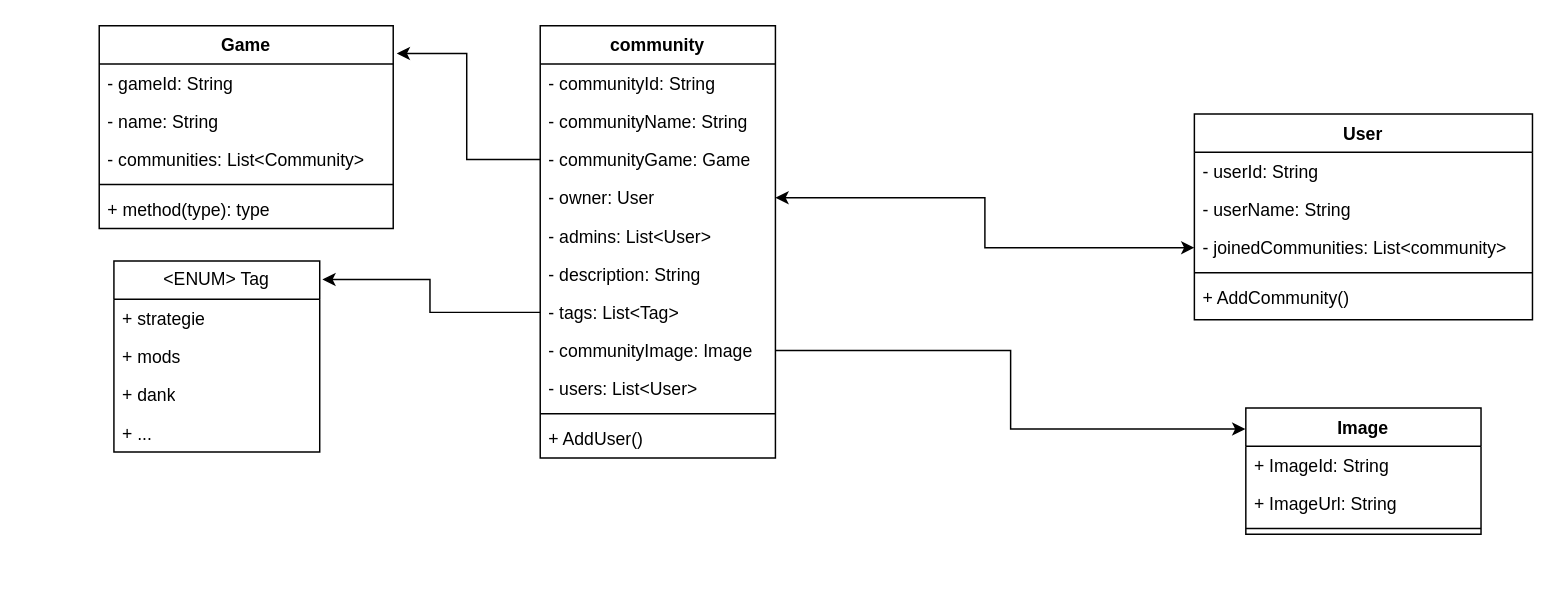
Earlier version of the draw.io diagram docs/usecases/fully-dressed/eigen-community-aanmaken/klasse_diagram.drawio (VincentCouckePXL/SecondGearGamePulse). Source tidied: cells renumbered, new cells numbered last; positions are measured from the earlier drawing's top-left corner, leaving out a move shared by most shapes. Both pictures are drawn from the tidied source at 147%, with x=0, y=0 at pixel (98, 25).
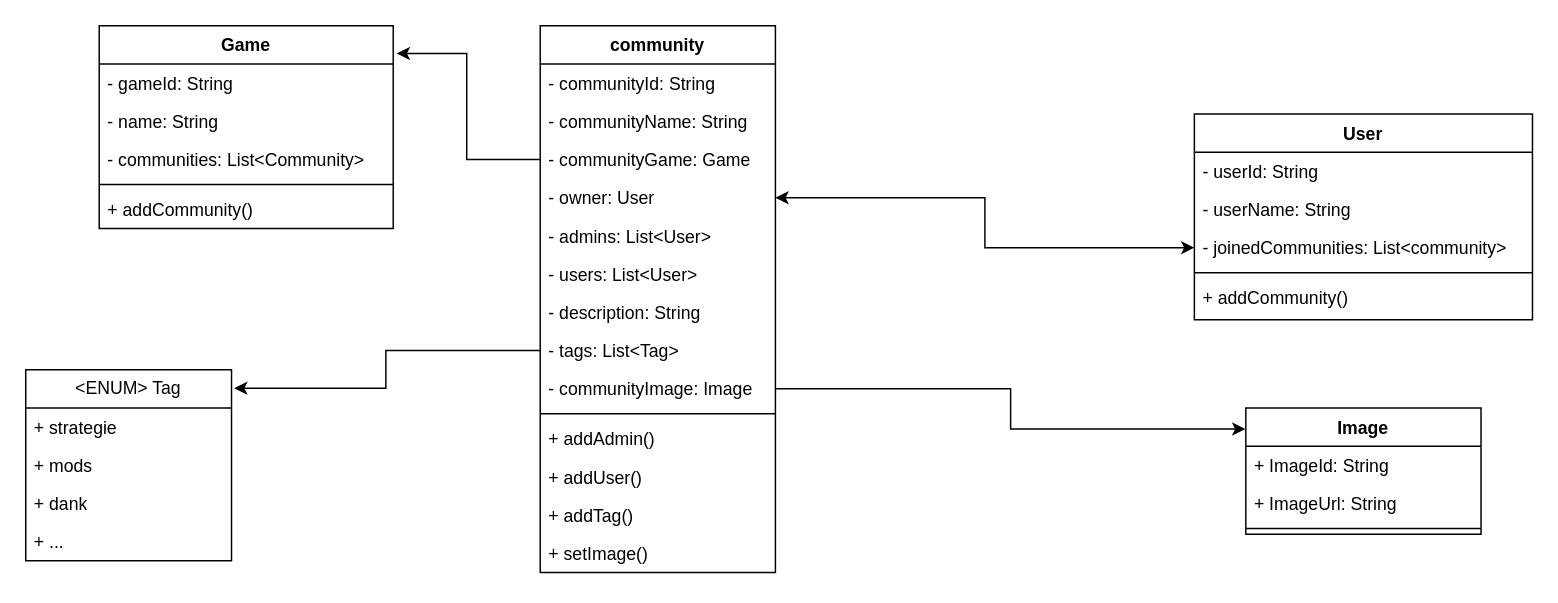
After the change.

Commit message:
systeem sequentie diagram

Unchanged cells that the change refers to:
```xml
<mxCell id="14" value="User" style="swimlane;fontStyle=1;align=center;verticalAlign=top;horizontal=1;startSize=26;whiteSpace=wrap;html=1;" parent="1" vertex="1">
  <mxGeometry x="745" y="60" width="230" height="140" as="geometry" />
</mxCell>
<mxCell id="26" value="Game" style="swimlane;fontStyle=1;align=center;verticalAlign=top;horizontal=1;startSize=26;whiteSpace=wrap;html=1;" parent="1" vertex="1">
  <mxGeometry width="200" height="138" as="geometry" />
</mxCell>
```

Change to the diagram source:
```diff
@@
     <mxCell id="2" value="community" style="swimlane;fontStyle=1;align=center;verticalAlign=top;horizontal=1;startSize=26;whiteSpace=wrap;html=1;" parent="1" vertex="1">
-      <mxGeometry x="300" width="160" height="294" as="geometry" />
+      <mxGeometry x="300" width="160" height="372" as="geometry" />
     </mxCell>
@@
+    <mxCell id="11" value="- users: List&amp;lt;User&amp;gt;" style="text;strokeColor=none;fillColor=none;align=left;verticalAlign=top;spacingLeft=4;spacingRight=4;overflow=hidden;whiteSpace=wrap;html=1;" parent="2" vertex="1">
+      <mxGeometry y="156" width="160" height="26" as="geometry" />
+    </mxCell>
     <mxCell id="8" value="- description: String" style="text;strokeColor=none;fillColor=none;align=left;verticalAlign=top;spacingLeft=4;spacingRight=4;overflow=hidden;whiteSpace=wrap;html=1;" parent="2" vertex="1">
-      <mxGeometry y="156" width="160" height="26" as="geometry" />
+      <mxGeometry y="182" width="160" height="26" as="geometry" />
     </mxCell>
     <mxCell id="9" value="- tags: List&amp;lt;Tag&amp;gt;" style="text;strokeColor=none;fillColor=none;align=left;verticalAlign=top;spacingLeft=4;spacingRight=4;overflow=hidden;points=[[0,0.5],[1,0.5]];portConstraint=eastwest;whiteSpace=wrap;html=1;" parent="2" vertex="1">
-      <mxGeometry y="182" width="160" height="26" as="geometry" />
+      <mxGeometry y="208" width="160" height="26" as="geometry" />
     </mxCell>
     <mxCell id="10" value="- communityImage: Image" style="text;strokeColor=none;fillColor=none;align=left;verticalAlign=top;spacingLeft=4;spacingRight=4;overflow=hidden;points=[[0,0.5],[1,0.5]];portConstraint=eastwest;whiteSpace=wrap;html=1;" parent="2" vertex="1">
-      <mxGeometry y="208" width="160" height="26" as="geometry" />
+      <mxGeometry y="234" width="160" height="26" as="geometry" />
     </mxCell>
-    <mxCell id="11" value="- users: List&amp;lt;User&amp;gt;" style="text;strokeColor=none;fillColor=none;align=left;verticalAlign=top;spacingLeft=4;spacingRight=4;overflow=hidden;whiteSpace=wrap;html=1;" parent="2" vertex="1">
-      <mxGeometry y="234" width="160" height="26" as="geometry" />
-    </mxCell>
@@
+    <mxCell id="40" value="+ addAdmin()" style="text;strokeColor=none;fillColor=none;align=left;verticalAlign=top;spacingLeft=4;spacingRight=4;overflow=hidden;whiteSpace=wrap;html=1;" parent="2" vertex="1">
+      <mxGeometry y="268" width="160" height="26" as="geometry" />
+    </mxCell>
-    <mxCell id="13" value="+ AddUser()" style="text;strokeColor=none;fillColor=none;align=left;verticalAlign=top;spacingLeft=4;spacingRight=4;overflow=hidden;whiteSpace=wrap;html=1;" parent="2" vertex="1">
-      <mxGeometry y="268" width="160" height="26" as="geometry" />
+    <mxCell id="13" value="+ addUser()" style="text;strokeColor=none;fillColor=none;align=left;verticalAlign=top;spacingLeft=4;spacingRight=4;overflow=hidden;whiteSpace=wrap;html=1;" parent="2" vertex="1">
+      <mxGeometry y="294" width="160" height="26" as="geometry" />
     </mxCell>
+    <mxCell id="41" value="+ addTag()" style="text;strokeColor=none;fillColor=none;align=left;verticalAlign=top;spacingLeft=4;spacingRight=4;overflow=hidden;whiteSpace=wrap;html=1;" parent="2" vertex="1">
+      <mxGeometry y="320" width="160" height="26" as="geometry" />
+    </mxCell>
+    <mxCell id="42" value="+ setImage()" style="text;strokeColor=none;fillColor=none;align=left;verticalAlign=top;spacingLeft=4;spacingRight=4;overflow=hidden;whiteSpace=wrap;html=1;" parent="2" vertex="1">
+      <mxGeometry y="346" width="160" height="26" as="geometry" />
+    </mxCell>
@@
-    <mxCell id="20" value="+ AddCommunity()" style="text;strokeColor=none;fillColor=none;align=left;verticalAlign=top;spacingLeft=4;spacingRight=4;overflow=hidden;whiteSpace=wrap;html=1;" parent="14" vertex="1">
+    <mxCell id="20" value="+ addCommunity()" style="text;strokeColor=none;fillColor=none;align=left;verticalAlign=top;spacingLeft=4;spacingRight=4;overflow=hidden;whiteSpace=wrap;html=1;" parent="14" vertex="1">
       <mxGeometry y="112" width="230" height="28" as="geometry" />
     </mxCell>
     <mxCell id="21" value="&amp;lt;ENUM&amp;gt; Tag" style="swimlane;fontStyle=0;horizontal=1;startSize=26;fillColor=none;whiteSpace=wrap;html=1;" parent="1" vertex="1">
-      <mxGeometry x="10" y="160" width="140" height="130" as="geometry" />
+      <mxGeometry x="-50" y="234" width="140" height="130" as="geometry" />
     </mxCell>
@@
-    <mxCell id="31" value="+ method(type): type" style="text;strokeColor=none;fillColor=none;align=left;verticalAlign=top;spacingLeft=4;spacingRight=4;overflow=hidden;whiteSpace=wrap;html=1;" parent="26" vertex="1">
-      <mxGeometry y="112" width="200" height="26" as="geometry" />
-    </mxCell>
+    <mxCell id="43" value="+ addCommunity()" style="text;strokeColor=none;fillColor=none;align=left;verticalAlign=top;spacingLeft=4;spacingRight=4;overflow=hidden;whiteSpace=wrap;html=1;" parent="26" vertex="1">
+      <mxGeometry y="112" width="200" height="26" as="geometry" />
+    </mxCell>
```
